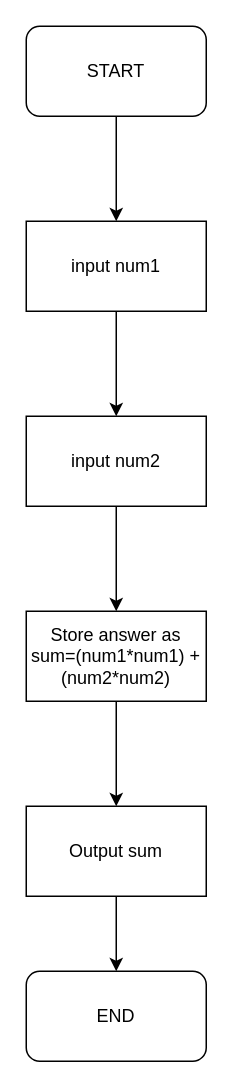
Before: Untitled Diagram.drawio in Smartlify08/Blogr-Landing-Page, a draw.io diagram. Source tidied: cells renumbered, new cells numbered last; positions are measured from the earlier drawing's top-left corner, leaving out a move shared by most shapes. Both pictures are drawn from the tidied source at 150%, with x=0, y=0 at pixel (26, 26).
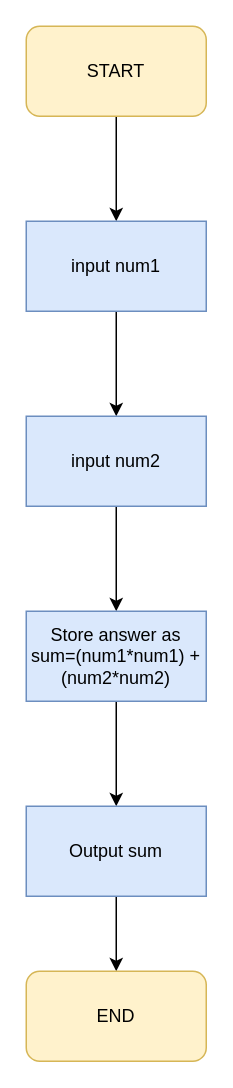
Above is the later version.

Change to the diagram source:
```diff
@@
 <mxGraphModel>
   <root>
     <mxCell id="0" />
     <mxCell id="1" parent="0" />
     <mxCell id="2" style="edgeStyle=orthogonalEdgeStyle;rounded=0;jettySize=auto;html=1;" parent="1" edge="1" source="3">
       <mxGeometry relative="1" as="geometry">
         <mxPoint x="60" y="130" as="targetPoint" />
       </mxGeometry>
     </mxCell>
-    <mxCell id="3" value="START" style="rounded=1;whiteSpace=wrap;html=1;" parent="1" vertex="1">
+    <mxCell id="3" value="START" style="rounded=1;whiteSpace=wrap;html=1;fillColor=#fff2cc;strokeColor=#d6b656;" parent="1" vertex="1">
       <mxGeometry width="120" height="60" as="geometry" />
     </mxCell>
     <mxCell id="4" style="edgeStyle=orthogonalEdgeStyle;rounded=0;jettySize=auto;html=1;" parent="1" edge="1" source="5">
       <mxGeometry relative="1" as="geometry">
         <mxPoint x="60" y="260" as="targetPoint" />
       </mxGeometry>
     </mxCell>
-    <mxCell id="5" value="input num1" style="rounded=0;whiteSpace=wrap;html=1;" parent="1" vertex="1">
+    <mxCell id="5" value="input num1" style="rounded=0;whiteSpace=wrap;html=1;fillColor=#dae8fc;strokeColor=#6c8ebf;" parent="1" vertex="1">
       <mxGeometry y="130" width="120" height="60" as="geometry" />
     </mxCell>
     <mxCell id="6" style="edgeStyle=orthogonalEdgeStyle;rounded=0;jettySize=auto;html=1;" parent="1" edge="1" source="7">
       <mxGeometry relative="1" as="geometry">
         <mxPoint x="60" y="390" as="targetPoint" />
       </mxGeometry>
     </mxCell>
-    <mxCell id="7" value="input num2" style="rounded=0;whiteSpace=wrap;html=1;" parent="1" vertex="1">
+    <mxCell id="7" value="input num2" style="rounded=0;whiteSpace=wrap;html=1;fillColor=#dae8fc;strokeColor=#6c8ebf;" parent="1" vertex="1">
       <mxGeometry y="260" width="120" height="60" as="geometry" />
     </mxCell>
     <mxCell id="8" style="edgeStyle=orthogonalEdgeStyle;rounded=0;jettySize=auto;html=1;" parent="1" edge="1" source="9">
       <mxGeometry relative="1" as="geometry">
         <mxPoint x="60" y="520" as="targetPoint" />
       </mxGeometry>
     </mxCell>
-    <mxCell id="9" value="Store answer as sum=(num1*num1) +(num2*num2)" style="rounded=0;whiteSpace=wrap;html=1;" parent="1" vertex="1">
+    <mxCell id="9" value="Store answer as sum=(num1*num1) +(num2*num2)" style="rounded=0;whiteSpace=wrap;html=1;fillColor=#dae8fc;strokeColor=#6c8ebf;" parent="1" vertex="1">
       <mxGeometry y="390" width="120" height="60" as="geometry" />
     </mxCell>
     <mxCell id="10" style="edgeStyle=orthogonalEdgeStyle;rounded=0;jettySize=auto;html=1;" parent="1" edge="1" source="11" target="12">
       <mxGeometry relative="1" as="geometry" />
     </mxCell>
-    <mxCell id="11" value="Output sum" style="rounded=0;whiteSpace=wrap;html=1;" parent="1" vertex="1">
+    <mxCell id="11" value="Output sum" style="rounded=0;whiteSpace=wrap;html=1;fillColor=#dae8fc;strokeColor=#6c8ebf;" parent="1" vertex="1">
       <mxGeometry y="520" width="120" height="60" as="geometry" />
     </mxCell>
-    <mxCell id="12" value="END" style="rounded=1;whiteSpace=wrap;html=1;" parent="1" vertex="1">
+    <mxCell id="12" value="END" style="rounded=1;whiteSpace=wrap;html=1;fillColor=#fff2cc;strokeColor=#d6b656;" parent="1" vertex="1">
       <mxGeometry y="630" width="120" height="60" as="geometry" />
     </mxCell>
   </root>
 </mxGraphModel>
```
